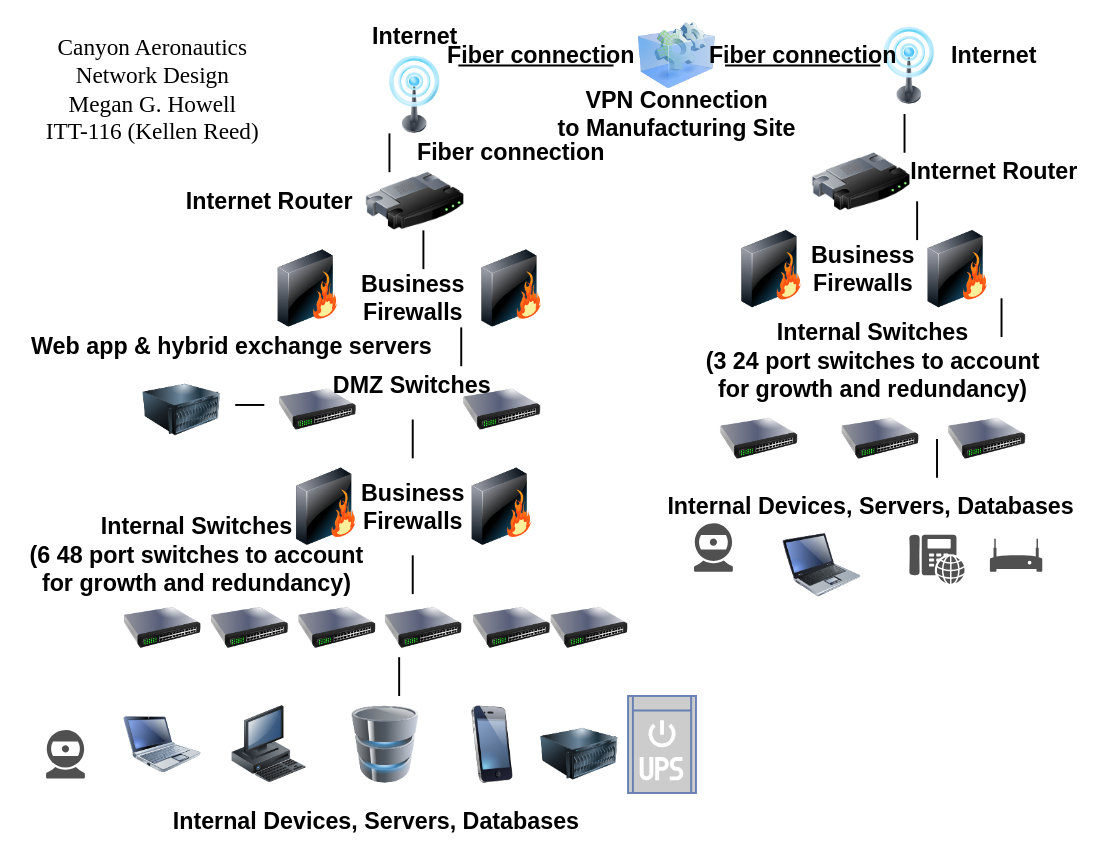
This is netdiagrams/Untitled Diagram.drawio from cyberqueenmeg/itt-116, a draw.io file, before an edit. Source tidied: cells renumbered, new cells numbered last; positions are measured from the earlier drawing's top-left corner, leaving out a move shared by most shapes. Both pictures are drawn from the tidied source at 97%, with x=0, y=0 at pixel (16, -13).
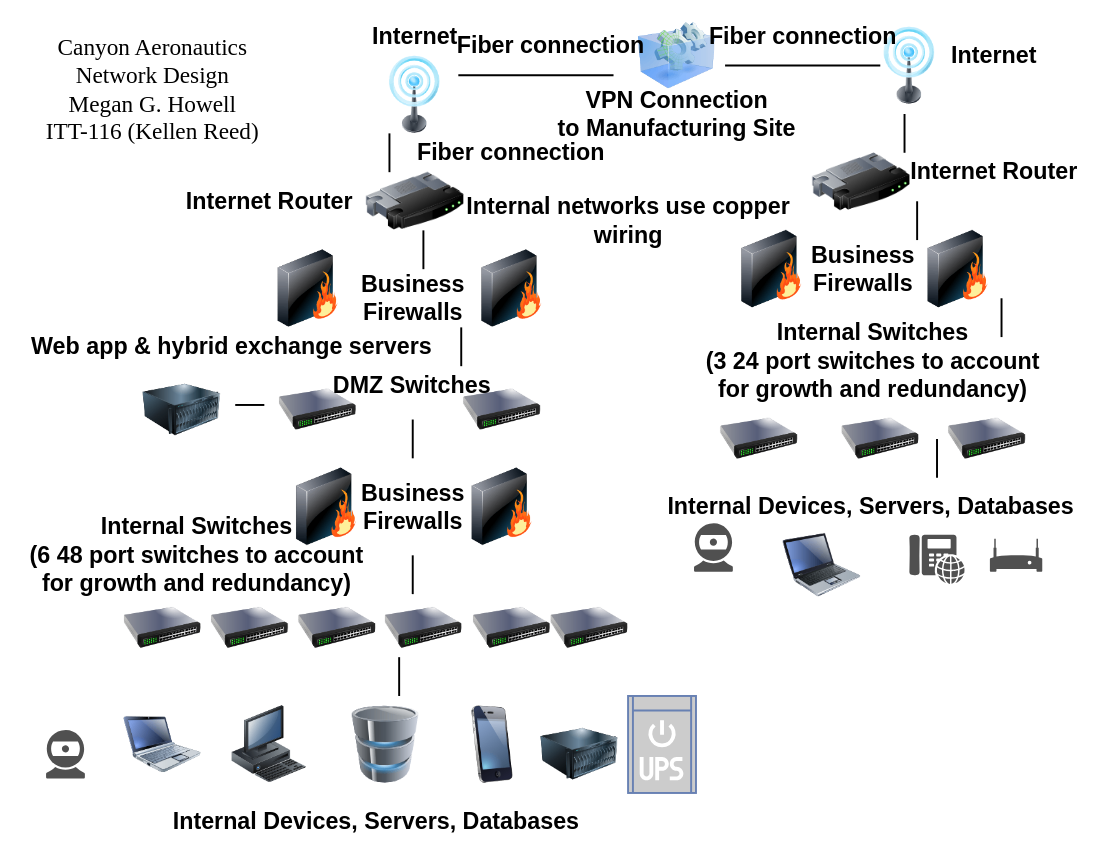
The same diagram, later.

Change to the diagram source:
```diff
@@
     <mxCell id="51" style="line;strokeWidth=2;direction=south;html=1;rotation=90;" parent="1" vertex="1">
-      <mxGeometry x="530" width="10" height="160" as="geometry" />
+      <mxGeometry x="530" y="10" width="10" height="160" as="geometry" />
     </mxCell>
@@
     <mxCell id="55" value="Fiber connection" style="text;strokeColor=none;fillColor=none;html=1;fontSize=24;fontStyle=1;verticalAlign=middle;align=center;" parent="1" vertex="1">
-      <mxGeometry x="490" y="50" width="100" height="40" as="geometry" />
+      <mxGeometry x="500" y="40" width="100" height="40" as="geometry" />
     </mxCell>
     <mxCell id="56" value="Fiber connection" style="text;strokeColor=none;fillColor=none;html=1;fontSize=24;fontStyle=1;verticalAlign=middle;align=center;" parent="1" vertex="1">
-      <mxGeometry x="760" y="50" width="100" height="40" as="geometry" />
+      <mxGeometry x="760" y="30" width="100" height="40" as="geometry" />
     </mxCell>
@@
+    <mxCell id="67" value="Internal networks use copper&lt;br&gt;wiring" style="text;strokeColor=none;fillColor=none;html=1;fontSize=24;fontStyle=1;verticalAlign=middle;align=center;" parent="1" vertex="1">
+      <mxGeometry x="580" y="220" width="100" height="40" as="geometry" />
+    </mxCell>
```
